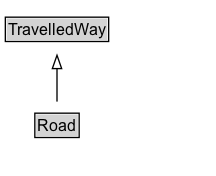
The Graphviz diagram docs/diagrams/Road.dot.png in ISO-TC204/ontology-cdm-p2-v1, before a commit. Its source is kept beside it as docs/diagrams/Road.dot. Its diagram source:
```dot
digraph {
	graph [overlap=false rankdir=TB splines=true]
	node [fontname=Arial fontsize=12 margin=0 shape=none]
	edge [fontname=Arial fontsize=11]
	{
		rank=max
		Road [label=<<TABLE BORDER="1" CELLBORDER="0" CELLSPACING="0" CELLPADDING="1"><TR><TD BGCOLOR="lightgray" ALIGN="CENTER" PORT="e">Road</TD></TR></TABLE>> URL="../Road.md" margin=0]
	}
	subgraph cluster_associated {
		label="" style=invis
		Invis [label=<<TABLE BORDER="0" CELLBORDER="0" CELLSPACING="0" CELLPADDING="1"><TR><TD></TD></TR></TABLE>> margin=0 style=invis]
	}
	TravelledWay [label=<<TABLE BORDER="1" CELLBORDER="0" CELLSPACING="0" CELLPADDING="1"><TR><TD BGCOLOR="lightgray" ALIGN="CENTER">TravelledWay</TD></TR></TABLE>> URL="../TravelledWay.md" margin=0]
	Road -> TravelledWay [arrowhead=onormal style=solid]
}
```
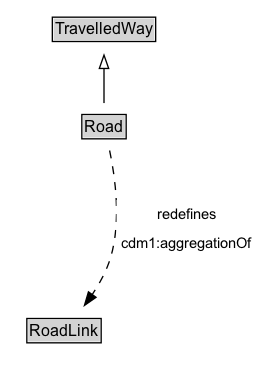
After the change.

Change to the diagram source:
```diff
@@ -3,13 +3,21 @@
 	node [fontname=Arial fontsize=12 margin=0 shape=none]
 	edge [fontname=Arial fontsize=11]
 	{
+		rank=source
+		TravelledWay [label=<<TABLE BORDER="1" CELLBORDER="0" CELLSPACING="0" CELLPADDING="1"><TR><TD BGCOLOR="lightgray" ALIGN="CENTER">TravelledWay</TD></TR></TABLE>> URL="../TravelledWay" margin=0]
+	}
+	Road [label=<<TABLE BORDER="1" CELLBORDER="0" CELLSPACING="0" CELLPADDING="1"><TR><TD BGCOLOR="lightgray" ALIGN="CENTER">Road</TD></TR></TABLE>> URL="../Road" margin=0]
+	{
 		rank=max
-		Road [label=<<TABLE BORDER="1" CELLBORDER="0" CELLSPACING="0" CELLPADDING="1"><TR><TD BGCOLOR="lightgray" ALIGN="CENTER" PORT="e">Road</TD></TR></TABLE>> URL="../Road.md" margin=0]
 	}
 	subgraph cluster_associated {
 		label="" style=invis
 		Invis [label=<<TABLE BORDER="0" CELLBORDER="0" CELLSPACING="0" CELLPADDING="1"><TR><TD></TD></TR></TABLE>> margin=0 style=invis]
+		RoadLink [label=<<TABLE BORDER="1" CELLBORDER="0" CELLSPACING="0" CELLPADDING="1"><TR><TD BGCOLOR="lightgray" ALIGN="CENTER">RoadLink</TD></TR></TABLE>> URL="../RoadLink" margin=0]
 	}
-	TravelledWay [label=<<TABLE BORDER="1" CELLBORDER="0" CELLSPACING="0" CELLPADDING="1"><TR><TD BGCOLOR="lightgray" ALIGN="CENTER">TravelledWay</TD></TR></TABLE>> URL="../TravelledWay.md" margin=0]
 	Road -> TravelledWay [arrowhead=onormal style=solid]
+	Road -> Invis [style=invis]
+	Invis -> RoadLink [style=invis]
+	RoadLink [label=<<TABLE BORDER="1" CELLBORDER="0" CELLSPACING="0" CELLPADDING="1"><TR><TD BGCOLOR="lightgray" ALIGN="CENTER">RoadLink</TD></TR></TABLE>> URL="../RoadLink" margin=0]
+	Road -> RoadLink [label=<<TABLE BORDER="0" CELLBORDER="0" CELLSPACING="0" CELLPADDING="4" BGCOLOR="white"><TR><TD ALIGN="CENTER">redefines</TD></TR><TR><TD ALIGN="CENTER">cdm1:aggregationOf</TD></TR></TABLE>> arrowhead=normal style=dashed]
 }
```
